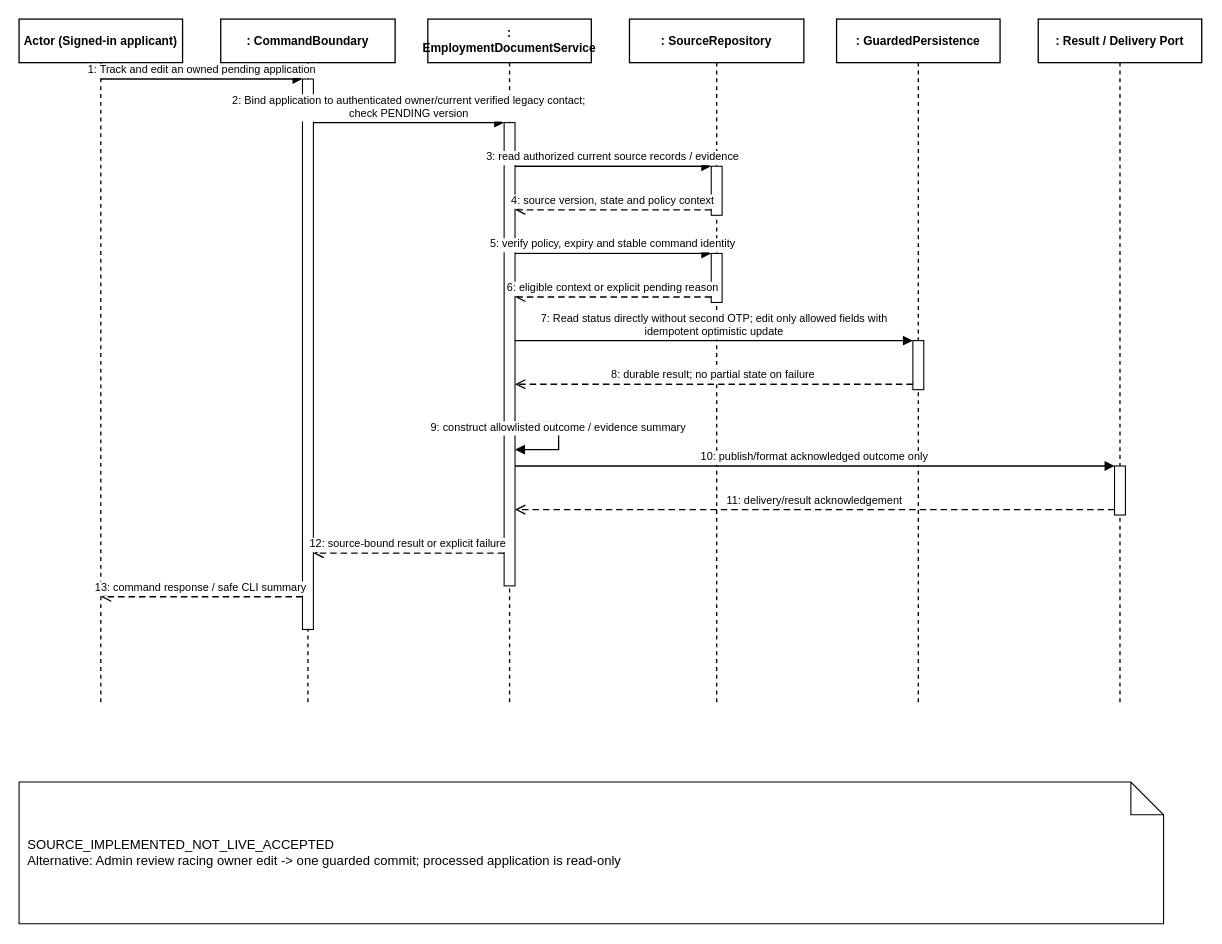
ngocthanhhx7/SEP490_G101_FALL2026 keeps this draw.io diagram as doc/reports/report4/sequence/emp-01.drawio. Above is the earlier version. Source tidied: cells renumbered, new cells numbered last; positions are measured from the earlier drawing's top-left corner, leaving out a move shared by most shapes. Both pictures are drawn from the tidied source at 109%, with x=0, y=0 at pixel (19, 19).
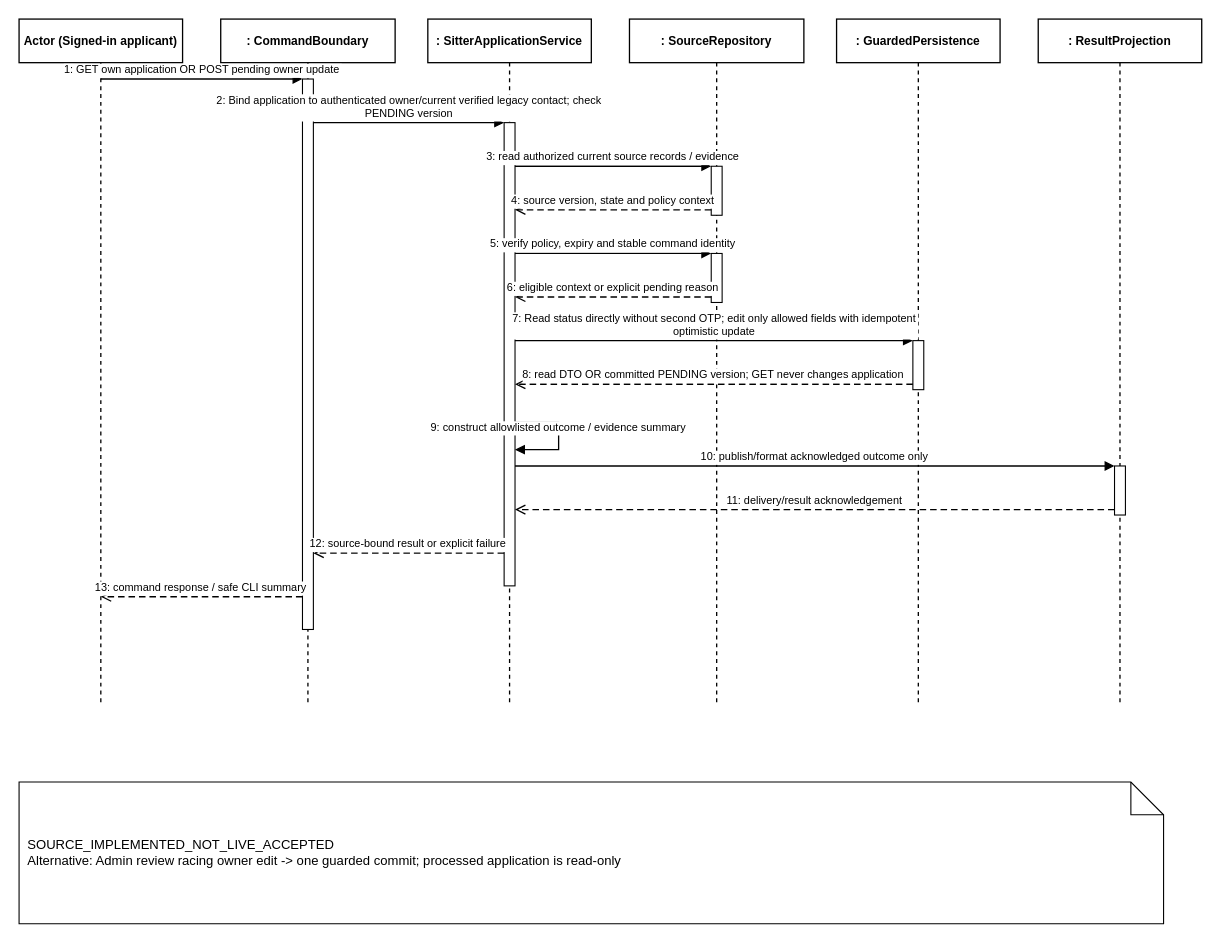
The same diagram, later.

The edit, as a diff of the source:
```diff
@@
-    <mxCell id="4" value=": EmploymentDocumentService" style="shape=umlLifeline;perimeter=lifelinePerimeter;whiteSpace=wrap;html=0;size=40;fillColor=#FFFFFF;strokeColor=#000000;strokeWidth=1.2;fontStyle=1;fontSize=11;align=center;" parent="1" vertex="1">
+    <mxCell id="4" value=": SitterApplicationService" style="shape=umlLifeline;perimeter=lifelinePerimeter;whiteSpace=wrap;html=0;size=40;fillColor=#FFFFFF;strokeColor=#000000;strokeWidth=1.2;fontStyle=1;fontSize=11;align=center;" parent="1" vertex="1">
       <mxGeometry x="375" width="150" height="630" as="geometry" />
     </mxCell>
@@
-    <mxCell id="7" value=": Result / Delivery Port" style="shape=umlLifeline;perimeter=lifelinePerimeter;whiteSpace=wrap;html=0;size=40;fillColor=#FFFFFF;strokeColor=#000000;strokeWidth=1.2;fontStyle=1;fontSize=11;align=center;" parent="1" vertex="1">
+    <mxCell id="7" value=": ResultProjection" style="shape=umlLifeline;perimeter=lifelinePerimeter;whiteSpace=wrap;html=0;size=40;fillColor=#FFFFFF;strokeColor=#000000;strokeWidth=1.2;fontStyle=1;fontSize=11;align=center;" parent="1" vertex="1">
       <mxGeometry x="935" width="150" height="630" as="geometry" />
     </mxCell>
@@
-    <mxCell id="14" value="1: Track and edit an owned pending application" style="html=0;verticalAlign=bottom;endArrow=block;endFill=1;strokeColor=#000000;strokeWidth=1.2;fontSize=10;fontColor=#000000;edgeStyle=orthogonalEdgeStyle;rounded=0;" parent="1" edge="1">
+    <mxCell id="14" value="1: GET own application OR POST pending owner update" style="html=0;verticalAlign=bottom;endArrow=block;endFill=1;strokeColor=#000000;strokeWidth=1.2;fontSize=10;fontColor=#000000;edgeStyle=orthogonalEdgeStyle;rounded=0;" parent="1" edge="1">
       <mxGeometry relative="1" as="geometry">
         <mxPoint x="75" y="55" as="sourcePoint" />
         <mxPoint x="260" y="55" as="targetPoint" />
       </mxGeometry>
     </mxCell>
-    <mxCell id="15" value="2: Bind application to authenticated owner/current verified legacy contact;&#10;check PENDING version" style="html=0;verticalAlign=bottom;endArrow=block;endFill=1;strokeColor=#000000;strokeWidth=1.2;fontSize=10;fontColor=#000000;edgeStyle=orthogonalEdgeStyle;rounded=0;" parent="1" edge="1">
+    <mxCell id="15" value="2: Bind application to authenticated owner/current verified legacy contact; check&#10;PENDING version" style="html=0;verticalAlign=bottom;endArrow=block;endFill=1;strokeColor=#000000;strokeWidth=1.2;fontSize=10;fontColor=#000000;edgeStyle=orthogonalEdgeStyle;rounded=0;" parent="1" edge="1">
       <mxGeometry relative="1" as="geometry">
         <mxPoint x="270" y="95" as="sourcePoint" />
         <mxPoint x="445" y="95" as="targetPoint" />
       </mxGeometry>
     </mxCell>
@@
-    <mxCell id="20" value="7: Read status directly without second OTP; edit only allowed fields with&#10;idempotent optimistic update" style="html=0;verticalAlign=bottom;endArrow=block;endFill=1;strokeColor=#000000;strokeWidth=1.2;fontSize=10;fontColor=#000000;edgeStyle=orthogonalEdgeStyle;rounded=0;" parent="1" edge="1">
+    <mxCell id="20" value="7: Read status directly without second OTP; edit only allowed fields with idempotent&#10;optimistic update" style="html=0;verticalAlign=bottom;endArrow=block;endFill=1;strokeColor=#000000;strokeWidth=1.2;fontSize=10;fontColor=#000000;edgeStyle=orthogonalEdgeStyle;rounded=0;" parent="1" edge="1">
       <mxGeometry relative="1" as="geometry">
         <mxPoint x="455" y="295" as="sourcePoint" />
         <mxPoint x="820" y="295" as="targetPoint" />
       </mxGeometry>
     </mxCell>
-    <mxCell id="21" value="8: durable result; no partial state on failure" style="html=0;verticalAlign=bottom;endArrow=open;endSize=7;dashed=1;dashPattern=5 3;strokeColor=#000000;strokeWidth=1.2;fontSize=10;fontColor=#000000;edgeStyle=orthogonalEdgeStyle;rounded=0;" parent="1" edge="1">
+    <mxCell id="21" value="8: read DTO OR committed PENDING version; GET never changes application" style="html=0;verticalAlign=bottom;endArrow=open;endSize=7;dashed=1;dashPattern=5 3;strokeColor=#000000;strokeWidth=1.2;fontSize=10;fontColor=#000000;edgeStyle=orthogonalEdgeStyle;rounded=0;" parent="1" edge="1">
       <mxGeometry relative="1" as="geometry">
         <mxPoint x="820" y="335" as="sourcePoint" />
         <mxPoint x="455" y="335" as="targetPoint" />
       </mxGeometry>
     </mxCell>
```
